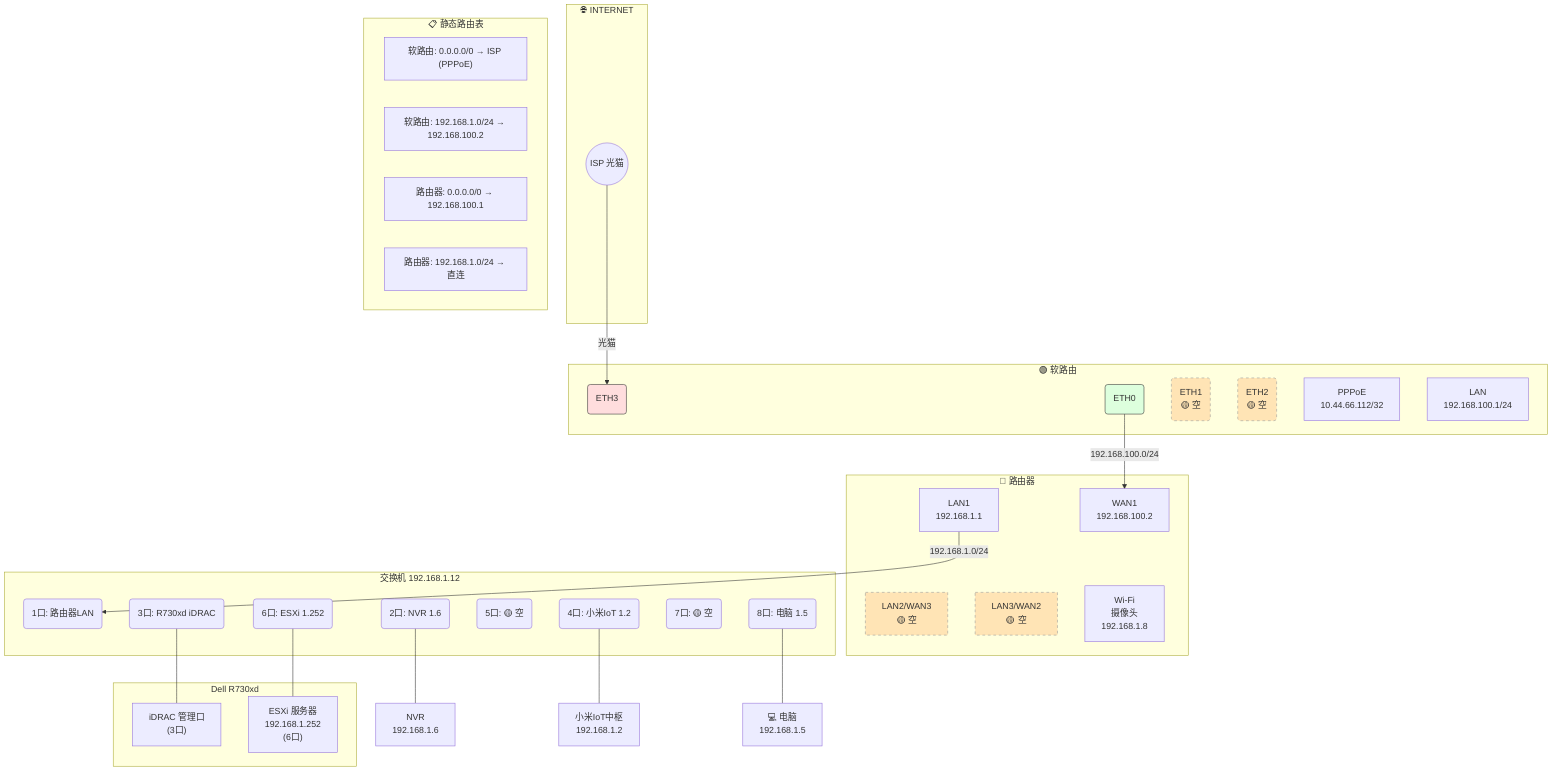
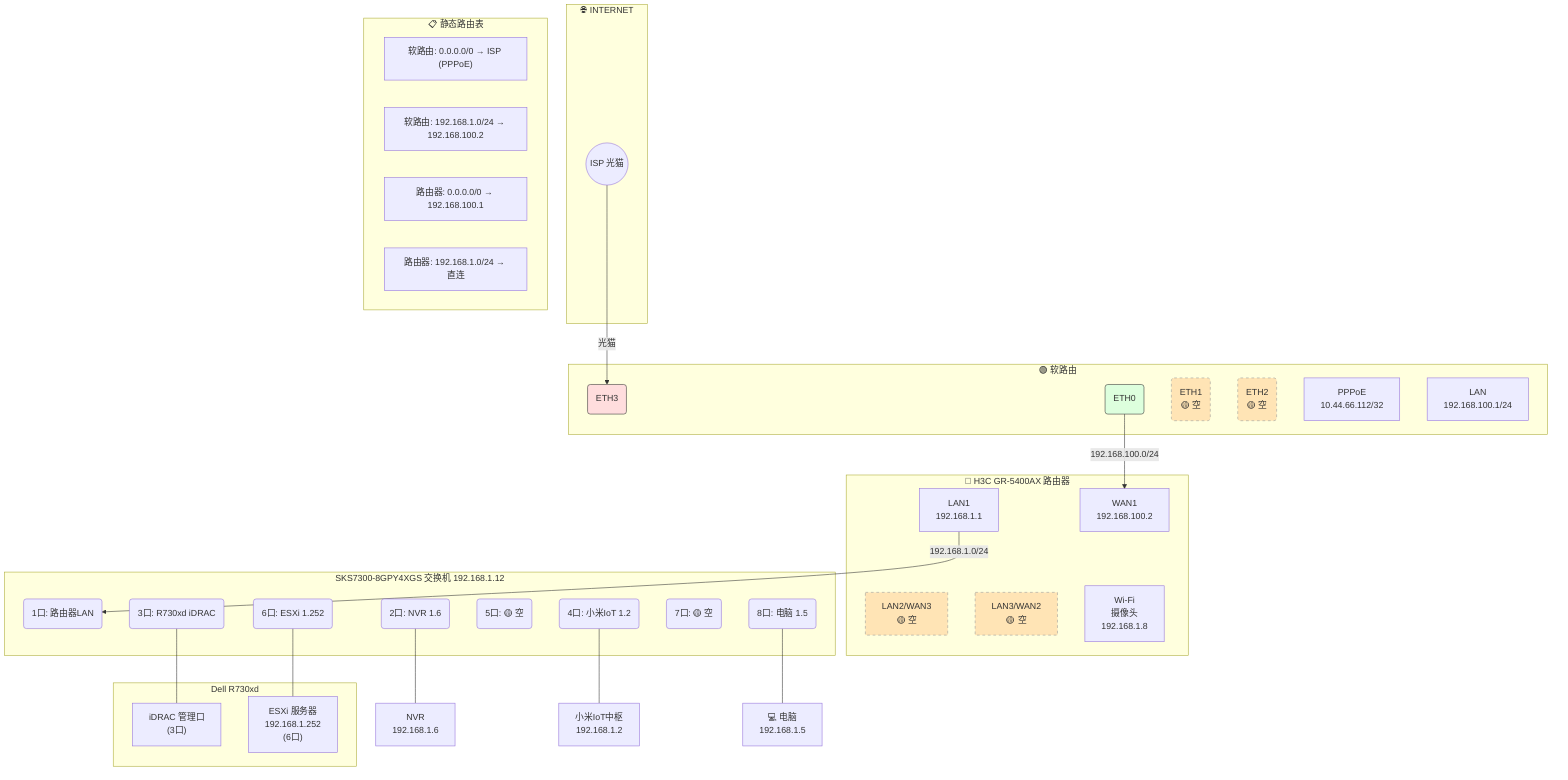
graph TB
    subgraph INTERNET["🌐 INTERNET"]
        ISP(("ISP 光猫"))
    end

    subgraph SR["🟢 软路由"]
        ETH3("ETH3"):::wan
        ETH0("ETH0"):::lan
        ETH1("ETH1<br/>🟡 空"):::idle
        ETH2("ETH2<br/>🟡 空"):::idle
        SR_WAN["PPPoE<br/>10.44.66.112/32"]
        SR_LAN["LAN<br/>192.168.100.1/24"]
    end

-     subgraph R2["🔵 路由器"]
+     subgraph R2["🔵 H3C GR-5400AX 路由器"]
        R2_WAN1["WAN1<br/>192.168.100.2"]
        R2_LAN1["LAN1<br/>192.168.1.1"]
        R2_LAN2["LAN2/WAN3<br/>🟡 空"]:::idle
        R2_LAN3["LAN3/WAN2<br/>🟡 空"]:::idle
        WIFI["Wi-Fi<br/>摄像头<br/>192.168.1.8"]
    end

-     subgraph SW["交换机 192.168.1.12"]
+     subgraph SW["SKS7300-8GPY4XGS 交换机 192.168.1.12"]
        P1("1口: 路由器LAN")
        P2("2口: NVR 1.6")
        P3("3口: R730xd iDRAC")
        P4("4口: 小米IoT 1.2")
        P5("5口: 🟡 空")
        P6("6口: ESXi 1.252")
        P7("7口: 🟡 空")
        P8("8口: 电脑 1.5")
    end

    subgraph R730xd["Dell R730xd"]
        IDRAC["iDRAC 管理口<br/>(3口)"]
        ESXI["ESXi 服务器<br/>192.168.1.252<br/>(6口)"]
    end

    ISP -->|"光猫"| ETH3
    ETH0 -->|"192.168.100.0/24"| R2_WAN1
    R2_LAN1 -->|"192.168.1.0/24"| P1
    P2 --- NVR["NVR<br/>192.168.1.6"]
    P3 --- IDRAC
    P4 --- IOT["小米IoT中枢<br/>192.168.1.2"]
    P6 --- ESXI
    P8 --- PC["💻 电脑<br/>192.168.1.5"]
    R2 --- WIFI

    subgraph RT["📋 静态路由表"]
        SR_R1["软路由: 0.0.0.0/0 → ISP (PPPoE)"]
        SR_R2["软路由: 192.168.1.0/24 → 192.168.100.2"]
        R2_R1["路由器: 0.0.0.0/0 → 192.168.100.1"]
        R2_R2["路由器: 192.168.1.0/24 → 直连"]
    end

    classDef wan fill:#FFDDDD,stroke:#333
    classDef lan fill:#DDFFDD,stroke:#333
    classDef idle fill:#FFE4B5,stroke:#999,stroke-dasharray: 5 5